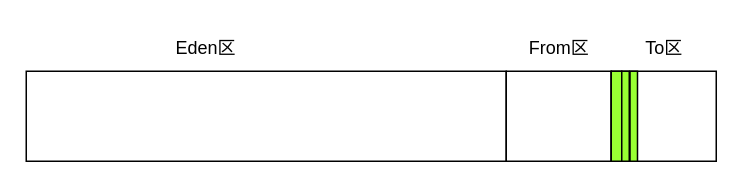
jiangmengxia/jiangmengxia.github.io keeps this draw.io diagram as 绘图/垃圾回收/新生代回收流程/第一次回收/第一次回收-Eden回收完移到To区.drawio. Above is the earlier version. Source tidied: cells renumbered, new cells numbered last; positions are measured from the earlier drawing's top-left corner, leaving out a move shared by most shapes. Both pictures are drawn from the tidied source at 150%, with x=0, y=0 at pixel (26, 26).
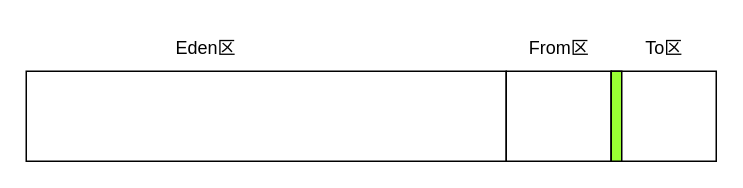
After the change.

The edit, as a diff of the source:
```diff
@@
 <mxGraphModel background="#ffffff">
   <root>
     <mxCell id="0" />
     <mxCell id="1" parent="0" />
     <mxCell id="2" style="rounded=0;whiteSpace=wrap;html=1;fillColor=#FFFFFF;strokeColor=#000000;" parent="1" vertex="1">
       <mxGeometry y="30" width="320" height="60" as="geometry" />
     </mxCell>
     <mxCell id="3" value="Eden区" style="text;html=1;strokeColor=none;fillColor=none;align=center;verticalAlign=middle;whiteSpace=wrap;rounded=0;fontColor=#000000;" parent="1" vertex="1">
       <mxGeometry x="90" width="60" height="30" as="geometry" />
     </mxCell>
     <mxCell id="4" style="rounded=0;whiteSpace=wrap;html=1;fillColor=#FFFFFF;strokeColor=#000000;" parent="1" vertex="1">
       <mxGeometry x="320" y="30" width="70" height="60" as="geometry" />
     </mxCell>
     <mxCell id="5" value="From区" style="text;html=1;strokeColor=none;fillColor=none;align=center;verticalAlign=middle;whiteSpace=wrap;rounded=0;fontColor=#000000;" parent="1" vertex="1">
       <mxGeometry x="332.5" width="45" height="30" as="geometry" />
     </mxCell>
     <mxCell id="6" style="rounded=0;whiteSpace=wrap;html=1;fillColor=#FFFFFF;strokeColor=#000000;" parent="1" vertex="1">
       <mxGeometry x="390" y="30" width="70" height="60" as="geometry" />
     </mxCell>
     <mxCell id="7" value="To区" style="text;html=1;strokeColor=none;fillColor=none;align=center;verticalAlign=middle;whiteSpace=wrap;rounded=0;fontColor=#000000;" parent="1" vertex="1">
       <mxGeometry x="402.5" width="45" height="30" as="geometry" />
     </mxCell>
     <mxCell id="8" style="rounded=0;whiteSpace=wrap;html=1;fillColor=#99FF33;strokeColor=#000000;" parent="1" vertex="1">
       <mxGeometry x="390" y="30" width="7" height="60" as="geometry" />
     </mxCell>
-    <mxCell id="9" style="rounded=0;whiteSpace=wrap;html=1;fillColor=#99FF33;strokeColor=#000000;" parent="1" vertex="1">
-      <mxGeometry x="397" y="30" width="5" height="60" as="geometry" />
-    </mxCell>
-    <mxCell id="10" style="rounded=0;whiteSpace=wrap;html=1;fillColor=#99FF33;strokeColor=#000000;" parent="1" vertex="1">
-      <mxGeometry x="402.5" y="30" width="5" height="60" as="geometry" />
-    </mxCell>
   </root>
 </mxGraphModel>
```
